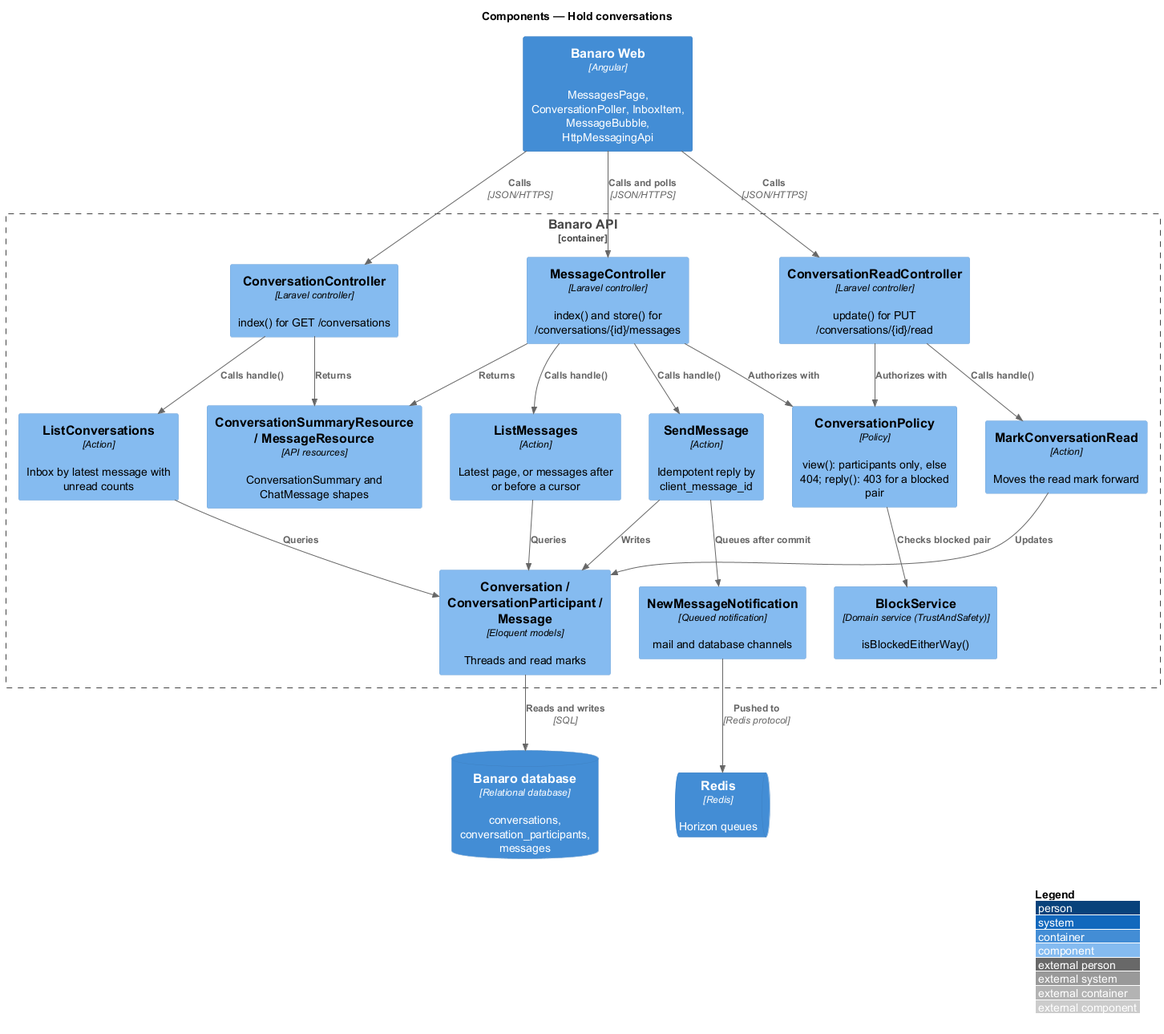
QuinntyneBrown/banaro keeps this PlantUML diagram as docs/detailed-designs/messaging/hold-conversations/diagrams/c4-component.png. Above is the earlier version.
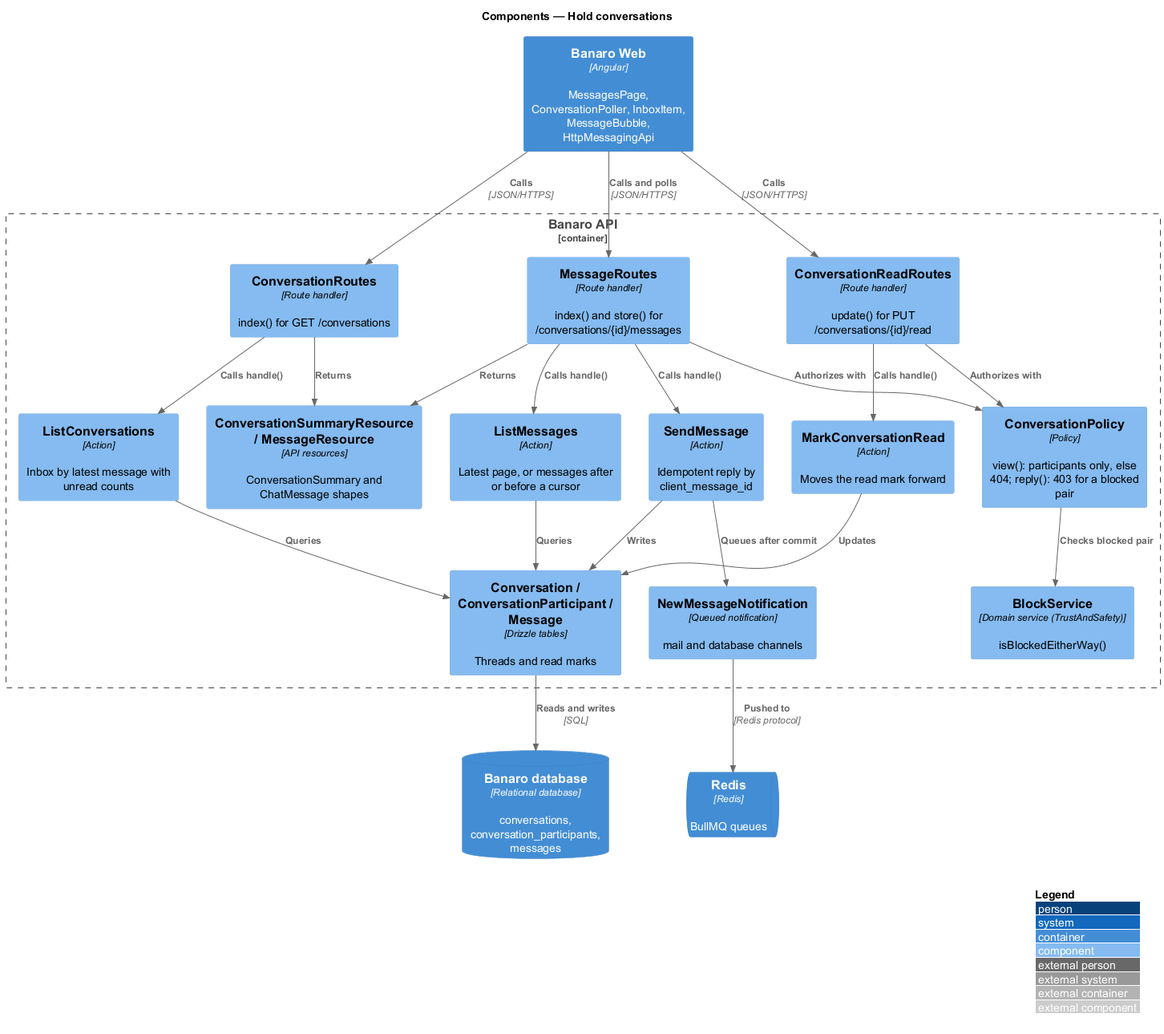
The same file after the commit.

Diff of the diagram source:
```diff
@@ -5,19 +5,19 @@
 
 Container(web, "Banaro Web", "Angular", "MessagesPage, ConversationPoller, InboxItem, MessageBubble, HttpMessagingApi")
 ContainerDb(db, "Banaro database", "Relational database", "conversations, conversation_participants, messages")
-ContainerQueue(redis, "Redis", "Redis", "Horizon queues")
+ContainerQueue(redis, "Redis", "Redis", "BullMQ queues")
 
 Container_Boundary(api, "Banaro API") {
-  Component(convCtrl, "ConversationController", "Laravel controller", "index() for GET /conversations")
-  Component(msgCtrl, "MessageController", "Laravel controller", "index() and store() for /conversations/{id}/messages")
-  Component(readCtrl, "ConversationReadController", "Laravel controller", "update() for PUT /conversations/{id}/read")
+  Component(convCtrl, "ConversationRoutes", "Route handler", "index() for GET /conversations")
+  Component(msgCtrl, "MessageRoutes", "Route handler", "index() and store() for /conversations/{id}/messages")
+  Component(readCtrl, "ConversationReadRoutes", "Route handler", "update() for PUT /conversations/{id}/read")
   Component(policy, "ConversationPolicy", "Policy", "view(): participants only, else 404; reply(): 403 for a blocked pair")
   Component(block, "BlockService", "Domain service (TrustAndSafety)", "isBlockedEitherWay()")
   Component(list, "ListConversations", "Action", "Inbox by latest message with unread counts")
   Component(thread, "ListMessages", "Action", "Latest page, or messages after or before a cursor")
   Component(send, "SendMessage", "Action", "Idempotent reply by client_message_id")
   Component(read, "MarkConversationRead", "Action", "Moves the read mark forward")
-  Component(models, "Conversation / ConversationParticipant / Message", "Eloquent models", "Threads and read marks")
+  Component(models, "Conversation / ConversationParticipant / Message", "Drizzle tables", "Threads and read marks")
   Component(resources, "ConversationSummaryResource / MessageResource", "API resources", "ConversationSummary and ChatMessage shapes")
   Component(notify, "NewMessageNotification", "Queued notification", "mail and database channels")
 }
```
